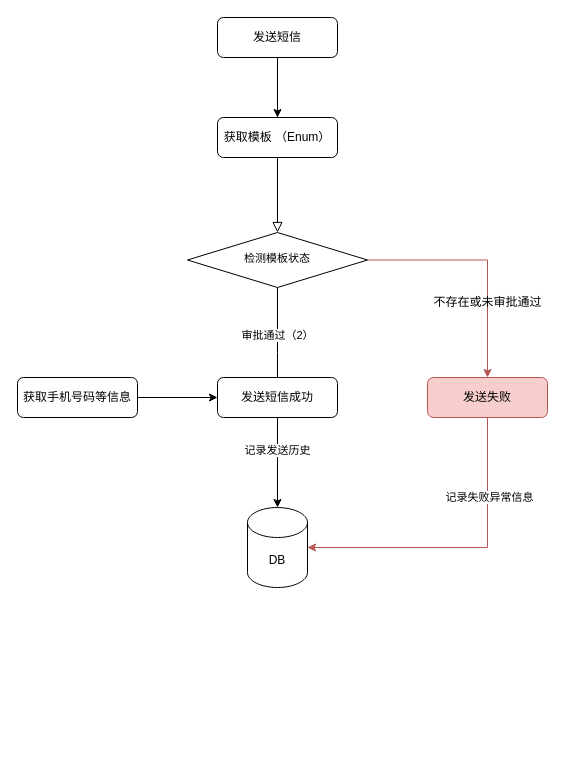
Leo-Lee-j/sketch keeps this draw.io diagram as 未命名绘图.drawio. Above is the earlier version. Source tidied: cells renumbered, new cells numbered last; positions are measured from the earlier drawing's top-left corner, leaving out a move shared by most shapes. Both pictures are drawn from the tidied source at 100%, with x=0, y=0 at pixel (17, 17).
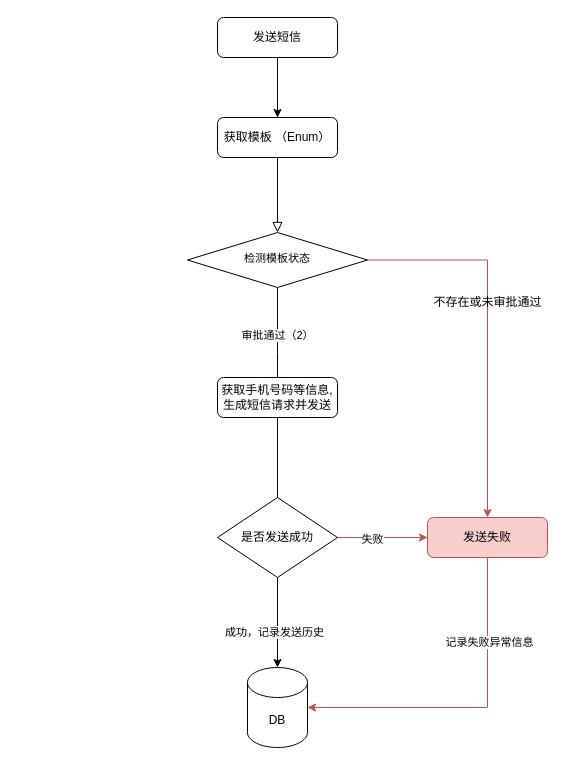
The same page after the edit.

Commit message:
更新未命名绘图.drawio

Unchanged cells that the change refers to:
```xml
<mxCell id="15" style="edgeStyle=orthogonalEdgeStyle;rounded=0;jettySize=auto;html=1;exitX=0.5;exitY=1;exitDx=0;exitDy=0;entryX=0.5;entryY=0;entryDx=0;entryDy=0;entryPerimeter=0;" parent="1" edge="1" source="17" target="19">
  <mxGeometry relative="1" as="geometry" />
</mxCell>
```

Diff of the diagram source:
```diff
@@
     <mxCell id="11" value="发送失败" style="rounded=1;whiteSpace=wrap;html=1;fontSize=12;glass=0;strokeWidth=1;shadow=0;fillColor=#f8cecc;strokeColor=#b85450;" parent="1" vertex="1">
-      <mxGeometry x="410" y="360" width="120" height="40" as="geometry" />
+      <mxGeometry x="410" y="500" width="120" height="40" as="geometry" />
     </mxCell>
@@
-    <mxCell id="16" value="记录发送历史" style="edgeLabel;html=1;align=center;verticalAlign=middle;" parent="15" vertex="1">
-      <mxGeometry x="-0.28" y="-1" relative="1" as="geometry" />
-    </mxCell>
+    <mxCell id="22" value="成功，记录发送历史" style="edgeLabel;html=1;align=center;verticalAlign=middle;" parent="15" vertex="1">
+      <mxGeometry x="0.71" y="-4" relative="1" as="geometry" />
+    </mxCell>
-    <mxCell id="17" value="发送短信成功" style="rounded=1;whiteSpace=wrap;html=1;" parent="1" vertex="1">
+    <mxCell id="17" value="获取手机号码等信息,生成短信请求并发送" style="rounded=1;whiteSpace=wrap;html=1;" parent="1" vertex="1">
       <mxGeometry x="200" y="360" width="120" height="40" as="geometry" />
     </mxCell>
@@
     <mxCell id="19" value="DB" style="shape=cylinder3;whiteSpace=wrap;html=1;boundedLbl=1;backgroundOutline=1;size=15;" parent="1" vertex="1">
-      <mxGeometry x="230" y="490" width="60" height="80" as="geometry" />
+      <mxGeometry x="230" y="650" width="60" height="80" as="geometry" />
     </mxCell>
-    <mxCell id="20" style="edgeStyle=orthogonalEdgeStyle;rounded=0;jettySize=auto;html=1;exitX=1;exitY=0.5;exitDx=0;exitDy=0;entryX=0;entryY=0.5;entryDx=0;entryDy=0;" parent="1" edge="1" source="21" target="17">
-      <mxGeometry relative="1" as="geometry" />
-    </mxCell>
-    <mxCell id="21" value="获取手机号码等信息" style="rounded=1;whiteSpace=wrap;html=1;" parent="1" vertex="1">
-      <mxGeometry y="360" width="120" height="40" as="geometry" />
-    </mxCell>
+    <mxCell id="23" style="edgeStyle=orthogonalEdgeStyle;rounded=0;jettySize=auto;html=1;exitX=1;exitY=0.5;exitDx=0;exitDy=0;entryX=0;entryY=0.5;entryDx=0;entryDy=0;fillColor=#f8cecc;strokeColor=#b85450;" parent="1" edge="1" source="25" target="11">
+      <mxGeometry relative="1" as="geometry" />
+    </mxCell>
+    <mxCell id="24" value="失败" style="edgeLabel;html=1;align=center;verticalAlign=middle;" parent="23" vertex="1">
+      <mxGeometry x="-0.24" y="-1" relative="1" as="geometry" />
+    </mxCell>
+    <mxCell id="25" value="是否发送成功" style="rhombus;whiteSpace=wrap;html=1;" parent="1" vertex="1">
+      <mxGeometry x="200" y="480" width="120" height="80" as="geometry" />
+    </mxCell>
```
